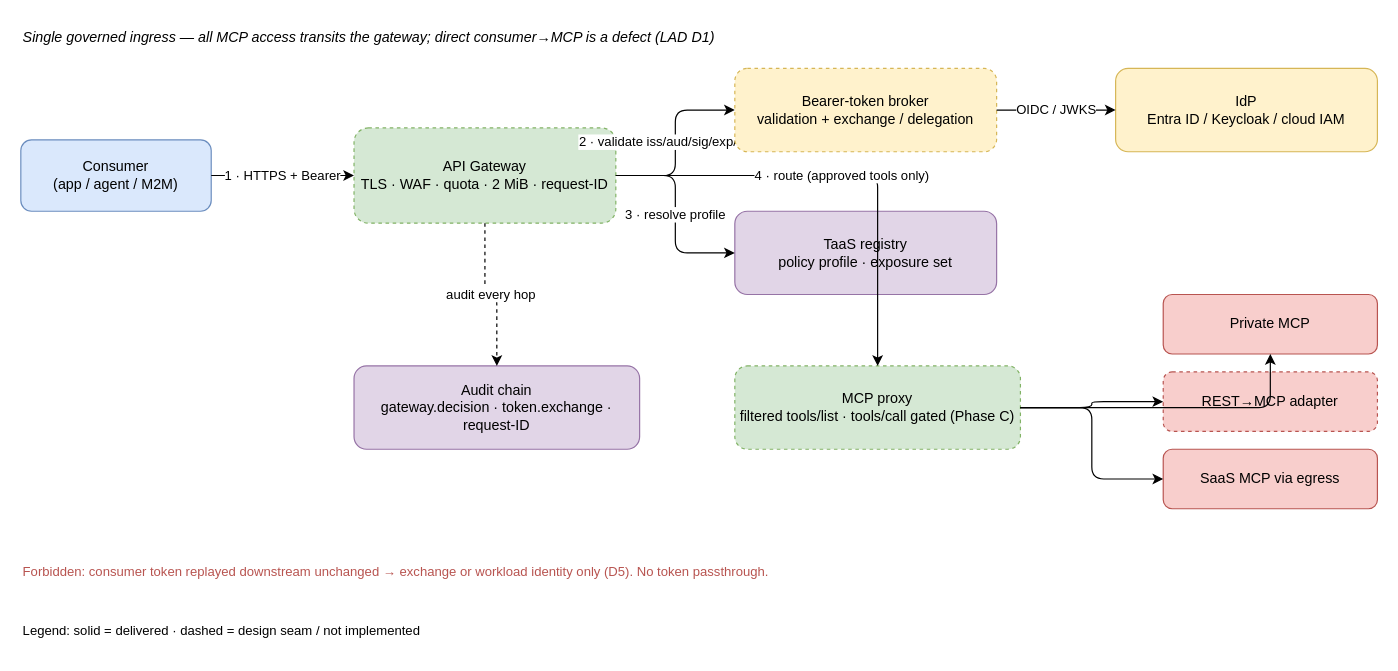
This is page "02-Gateway-TokenBroker" (2 of 10) of docs/archi/taas-enterprise-architecture.drawio from msellamiTN/taas-provenance-discovery, a draw.io file, before an edit. Source tidied: cells renumbered, new cells numbered last; positions are measured from the earlier drawing's top-left corner, leaving out a move shared by most shapes. Both pictures are drawn from the tidied source at 119%, with x=0, y=0 at pixel (20, 20).
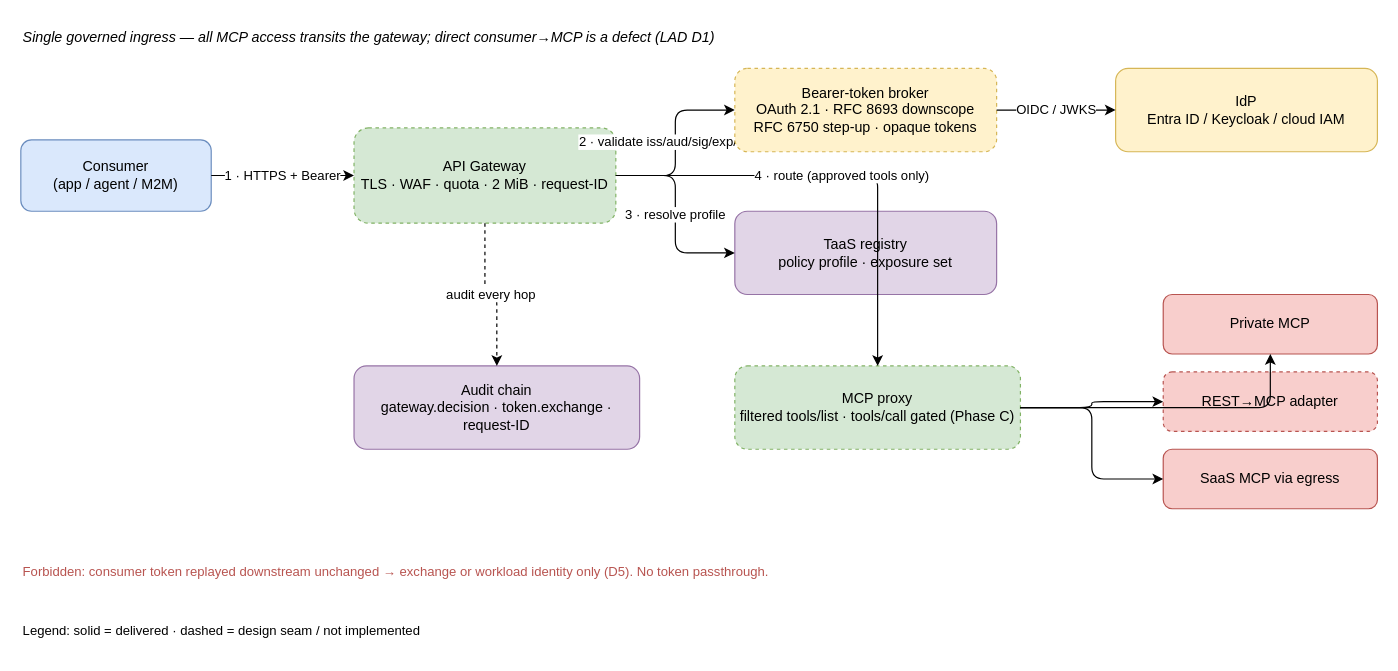
The same page after the edit.

The edit, as a diff of the source:
```diff
@@
-    <mxCell id="7" value="Bearer-token broker&lt;br&gt;validation + exchange / delegation" style="rounded=1;whiteSpace=wrap;html=1;fillColor=#fff2cc;strokeColor=#d6b656;dashed=1;" parent="1" vertex="1">
+    <mxCell id="7" value="Bearer-token broker&lt;br&gt;OAuth 2.1 · RFC 8693 downscope&lt;br&gt;RFC 6750 step-up · opaque tokens" style="rounded=1;whiteSpace=wrap;html=1;fillColor=#fff2cc;strokeColor=#d6b656;dashed=1;" parent="1" vertex="1">
       <mxGeometry x="600" y="40" width="220" height="70" as="geometry" />
     </mxCell>
```
